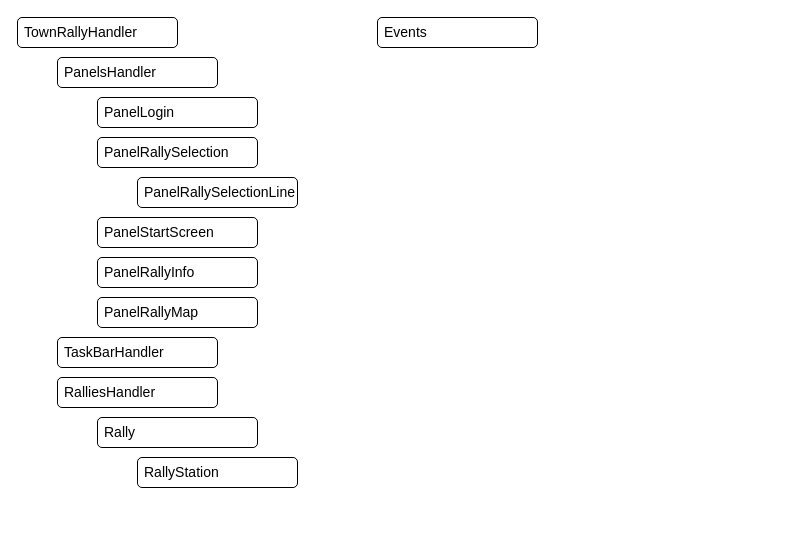
Above: Graphs/TownRallyMain_classdiagram.drawio in MikVR7/TownRallyMain (draw.io), before the change. Source tidied: cells renumbered, new cells numbered last; positions are measured from the earlier drawing's top-left corner, leaving out a move shared by most shapes. Both pictures are drawn from the tidied source at 100%, with x=0, y=0 at pixel (17, 17).
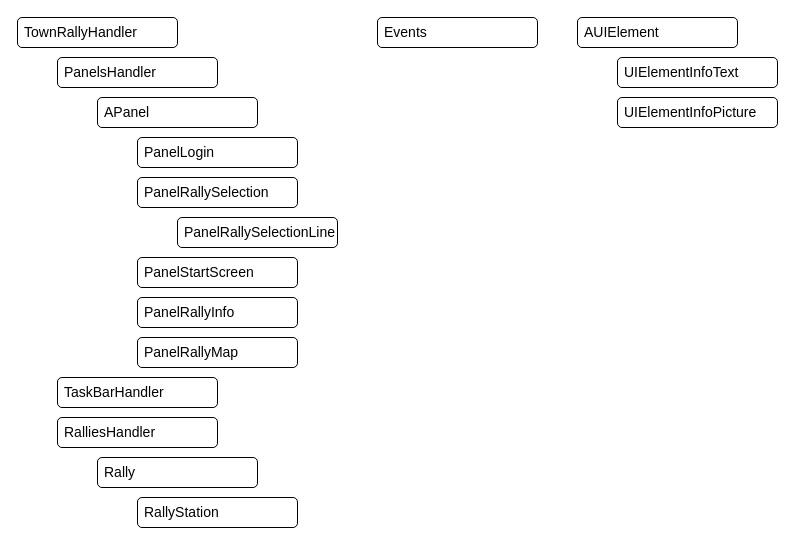
Above is the later version.

Change to the diagram source:
```diff
@@
 <mxGraphModel>
   <root>
     <mxCell id="0" />
     <mxCell id="1" parent="0" />
     <mxCell id="2" value="Events" style="rounded=1;whiteSpace=wrap;html=1;align=left;spacingLeft=5;fontSize=14;" parent="1" vertex="1">
       <mxGeometry x="360" width="160" height="30" as="geometry" />
     </mxCell>
     <mxCell id="3" value="TownRallyHandler" style="rounded=1;whiteSpace=wrap;html=1;align=left;spacingLeft=5;fontSize=14;" parent="1" vertex="1">
       <mxGeometry width="160" height="30" as="geometry" />
     </mxCell>
     <mxCell id="4" value="PanelsHandler" style="rounded=1;whiteSpace=wrap;html=1;align=left;spacingLeft=5;fontSize=14;" parent="1" vertex="1">
       <mxGeometry x="40" y="40" width="160" height="30" as="geometry" />
     </mxCell>
     <mxCell id="5" value="TaskBarHandler" style="rounded=1;whiteSpace=wrap;html=1;align=left;spacingLeft=5;fontSize=14;" parent="1" vertex="1">
-      <mxGeometry x="40" y="320" width="160" height="30" as="geometry" />
+      <mxGeometry x="40" y="360" width="160" height="30" as="geometry" />
     </mxCell>
     <mxCell id="6" value="RalliesHandler" style="rounded=1;whiteSpace=wrap;html=1;align=left;spacingLeft=5;fontSize=14;" parent="1" vertex="1">
-      <mxGeometry x="40" y="360" width="160" height="30" as="geometry" />
+      <mxGeometry x="40" y="400" width="160" height="30" as="geometry" />
     </mxCell>
     <mxCell id="7" value="PanelLogin" style="rounded=1;whiteSpace=wrap;html=1;align=left;spacingLeft=5;fontSize=14;" parent="1" vertex="1">
-      <mxGeometry x="80" y="80" width="160" height="30" as="geometry" />
+      <mxGeometry x="120" y="120" width="160" height="30" as="geometry" />
     </mxCell>
     <mxCell id="8" value="PanelRallySelection" style="rounded=1;whiteSpace=wrap;html=1;align=left;spacingLeft=5;fontSize=14;" parent="1" vertex="1">
-      <mxGeometry x="80" y="120" width="160" height="30" as="geometry" />
+      <mxGeometry x="120" y="160" width="160" height="30" as="geometry" />
     </mxCell>
     <mxCell id="9" value="PanelStartScreen" style="rounded=1;whiteSpace=wrap;html=1;align=left;spacingLeft=5;fontSize=14;" parent="1" vertex="1">
-      <mxGeometry x="80" y="200" width="160" height="30" as="geometry" />
+      <mxGeometry x="120" y="240" width="160" height="30" as="geometry" />
     </mxCell>
     <mxCell id="10" value="Rally" style="rounded=1;whiteSpace=wrap;html=1;align=left;spacingLeft=5;fontSize=14;" parent="1" vertex="1">
-      <mxGeometry x="80" y="400" width="160" height="30" as="geometry" />
+      <mxGeometry x="80" y="440" width="160" height="30" as="geometry" />
     </mxCell>
     <mxCell id="11" value="RallyStation" style="rounded=1;whiteSpace=wrap;html=1;align=left;spacingLeft=5;fontSize=14;" parent="1" vertex="1">
-      <mxGeometry x="120" y="440" width="160" height="30" as="geometry" />
+      <mxGeometry x="120" y="480" width="160" height="30" as="geometry" />
     </mxCell>
     <mxCell id="12" value="PanelRallySelectionLine" style="rounded=1;whiteSpace=wrap;html=1;align=left;spacingLeft=5;fontSize=14;" parent="1" vertex="1">
-      <mxGeometry x="120" y="160" width="160" height="30" as="geometry" />
+      <mxGeometry x="160" y="200" width="160" height="30" as="geometry" />
     </mxCell>
     <mxCell id="13" value="PanelRallyInfo" style="rounded=1;whiteSpace=wrap;html=1;align=left;spacingLeft=5;fontSize=14;" parent="1" vertex="1">
-      <mxGeometry x="80" y="240" width="160" height="30" as="geometry" />
+      <mxGeometry x="120" y="280" width="160" height="30" as="geometry" />
     </mxCell>
     <mxCell id="14" value="PanelRallyMap" style="rounded=1;whiteSpace=wrap;html=1;align=left;spacingLeft=5;fontSize=14;" parent="1" vertex="1">
-      <mxGeometry x="80" y="280" width="160" height="30" as="geometry" />
+      <mxGeometry x="120" y="320" width="160" height="30" as="geometry" />
     </mxCell>
+    <mxCell id="15" value="APanel" style="rounded=1;whiteSpace=wrap;html=1;align=left;spacingLeft=5;fontSize=14;" parent="1" vertex="1">
+      <mxGeometry x="80" y="80" width="160" height="30" as="geometry" />
+    </mxCell>
+    <mxCell id="16" value="AUIElement" style="rounded=1;whiteSpace=wrap;html=1;align=left;spacingLeft=5;fontSize=14;" parent="1" vertex="1">
+      <mxGeometry x="560" width="160" height="30" as="geometry" />
+    </mxCell>
+    <mxCell id="17" value="UIElementInfoText" style="rounded=1;whiteSpace=wrap;html=1;align=left;spacingLeft=5;fontSize=14;" parent="1" vertex="1">
+      <mxGeometry x="600" y="40" width="160" height="30" as="geometry" />
+    </mxCell>
+    <mxCell id="18" value="UIElementInfoPicture" style="rounded=1;whiteSpace=wrap;html=1;align=left;spacingLeft=5;fontSize=14;" parent="1" vertex="1">
+      <mxGeometry x="600" y="80" width="160" height="30" as="geometry" />
+    </mxCell>
   </root>
 </mxGraphModel>
```
